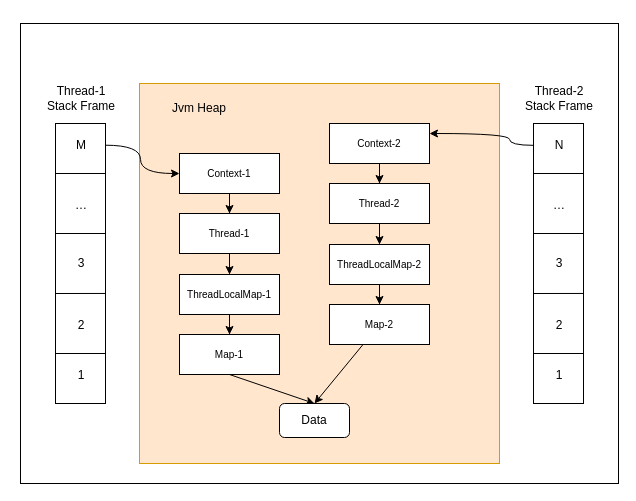
Before: image/Context注入.drawio in Mountain-Jack-Gao/pub-resource, a draw.io diagram. Source tidied: cells renumbered, new cells numbered last; positions are measured from the earlier drawing's top-left corner, leaving out a move shared by most shapes. Both pictures are drawn from the tidied source at 100%, with x=0, y=0 at pixel (20, 23).
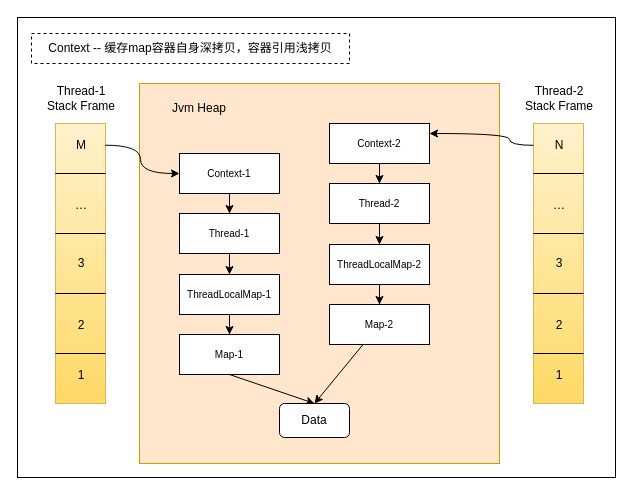
Above is the later version.

The change refers to these unchanged cells:
```xml
<mxCell id="5" style="group;" parent="4" vertex="1">
  <mxGeometry x="7" y="40" width="60" height="280" as="geometry" />
</mxCell>
<mxCell id="18" style="group;" parent="17" vertex="1">
  <mxGeometry x="7" y="40" width="60" height="280" as="geometry" />
</mxCell>
```

Diff of the diagram source:
```diff
@@
     <mxCell id="2" style="rounded=0;whiteSpace=wrap;html=1;" parent="1" vertex="1">
-      <mxGeometry width="598" height="460" as="geometry" />
+      <mxGeometry x="-3" y="-6" width="598" height="460" as="geometry" />
     </mxCell>
@@
-    <mxCell id="6" style="rounded=0;whiteSpace=wrap;html=1;" parent="5" vertex="1">
+    <mxCell id="6" style="rounded=0;whiteSpace=wrap;html=1;fillColor=#fff2cc;strokeColor=#d6b656;gradientColor=#ffd966;" parent="5" vertex="1">
       <mxGeometry x="4" width="50" height="280" as="geometry" />
     </mxCell>
@@
-    <mxCell id="19" style="rounded=0;whiteSpace=wrap;html=1;" parent="18" vertex="1">
+    <mxCell id="19" style="rounded=0;whiteSpace=wrap;html=1;fillColor=#fff2cc;gradientColor=#ffd966;strokeColor=#d6b656;" parent="18" vertex="1">
       <mxGeometry x="4" width="50" height="280" as="geometry" />
     </mxCell>
@@
+    <mxCell id="51" value="Context -- 缓存map容器自身深拷贝，容器引用浅拷贝" style="text;html=1;align=center;verticalAlign=middle;whiteSpace=wrap;rounded=0;strokeColor=default;dashed=1;" parent="1" vertex="1">
+      <mxGeometry x="11" y="10" width="318" height="30" as="geometry" />
+    </mxCell>
```
